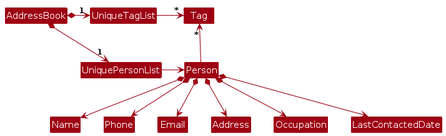
Earlier version of the PlantUML export diagrams/BetterModelClassDiagram.png (zpnoob/tp). Its source is kept beside it as diagrams/BetterModelClassDiagram.puml.
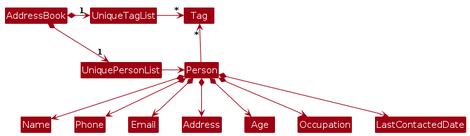
The same file after the commit.

What changed in the source:
```diff
@@ -18,6 +18,7 @@
 Person *--> Phone
 Person *--> Email
 Person *--> Address
+Person *--> Age
 Person *--> Occupation
 Person *--> LastContactedDate
 @enduml
```
